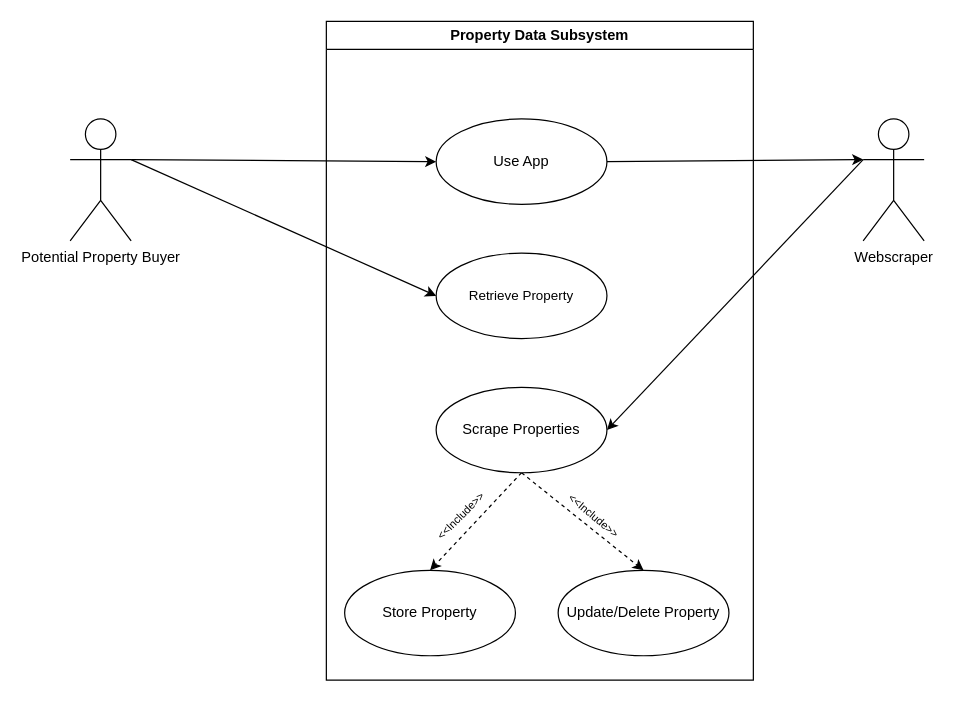
Before: diagrams/use-case diagrams/property-data-usecase.drawio in COS301-SE-2023/EstateMatch, a draw.io diagram. Source tidied: cells renumbered, new cells numbered last; positions are measured from the earlier drawing's top-left corner, leaving out a move shared by most shapes. Both pictures are drawn from the tidied source at 122%, with x=0, y=0 at pixel (70, 21).
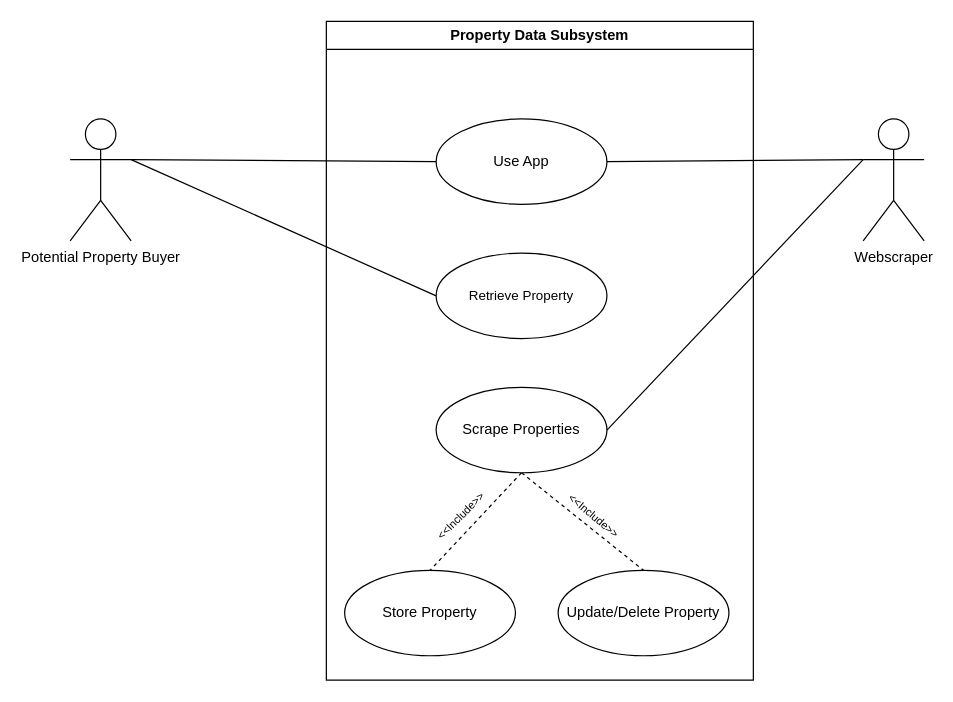
The same page after the edit.

Commit message:
📝 (diagram) Fixed property-data usecase

What changed in the source:
```diff
@@
 <mxGraphModel>
   <root>
     <mxCell id="0" />
     <mxCell id="1" parent="0" />
     <mxCell id="2" value="Property Data Subsystem" style="swimlane;whiteSpace=wrap;html=1;" parent="1" vertex="1">
       <mxGeometry x="210" width="350" height="540" as="geometry" />
     </mxCell>
-    <mxCell id="3" style="edgeStyle=none;html=1;exitX=0.5;exitY=1;exitDx=0;exitDy=0;entryX=0.5;entryY=0;entryDx=0;entryDy=0;dashed=1;" parent="2" edge="1" source="5" target="7">
+    <mxCell id="3" style="edgeStyle=none;html=1;exitX=0.5;exitY=1;exitDx=0;exitDy=0;entryX=0.5;entryY=0;entryDx=0;entryDy=0;dashed=1;endArrow=none;endFill=0;" parent="2" edge="1" source="5" target="7">
       <mxGeometry relative="1" as="geometry" />
     </mxCell>
-    <mxCell id="4" style="edgeStyle=none;html=1;exitX=0.5;exitY=1;exitDx=0;exitDy=0;entryX=0.5;entryY=0;entryDx=0;entryDy=0;fontSize=11;dashed=1;" parent="2" edge="1" source="5" target="10">
+    <mxCell id="4" style="edgeStyle=none;html=1;exitX=0.5;exitY=1;exitDx=0;exitDy=0;entryX=0.5;entryY=0;entryDx=0;entryDy=0;fontSize=11;dashed=1;endArrow=none;endFill=0;" parent="2" edge="1" source="5" target="10">
       <mxGeometry relative="1" as="geometry" />
     </mxCell>
     <mxCell id="5" value="Scrape Properties" style="ellipse;whiteSpace=wrap;html=1;" parent="2" vertex="1">
       <mxGeometry x="90" y="300" width="140" height="70" as="geometry" />
     </mxCell>
     <mxCell id="6" value="Use App" style="ellipse;whiteSpace=wrap;html=1;" parent="2" vertex="1">
       <mxGeometry x="90" y="80" width="140" height="70" as="geometry" />
     </mxCell>
     <mxCell id="7" value="Store Property" style="ellipse;whiteSpace=wrap;html=1;" parent="2" vertex="1">
       <mxGeometry x="15" y="450" width="140" height="70" as="geometry" />
     </mxCell>
     <mxCell id="8" value="&lt;font style=&quot;font-size: 9px;&quot;&gt;&amp;lt;&amp;lt;Include&amp;gt;&amp;gt;&lt;/font&gt;" style="text;html=1;strokeColor=none;fillColor=none;align=center;verticalAlign=middle;whiteSpace=wrap;rounded=0;fontSize=11;rotation=-45;" parent="2" vertex="1">
       <mxGeometry x="80" y="390" width="60" height="30" as="geometry" />
     </mxCell>
     <mxCell id="9" value="&lt;font style=&quot;font-size: 11px;&quot;&gt;Retrieve Property&lt;/font&gt;" style="ellipse;whiteSpace=wrap;html=1;fontSize=9;" parent="2" vertex="1">
       <mxGeometry x="90" y="190" width="140" height="70" as="geometry" />
     </mxCell>
     <mxCell id="10" value="Update/Delete Property" style="ellipse;whiteSpace=wrap;html=1;" parent="2" vertex="1">
       <mxGeometry x="190" y="450" width="140" height="70" as="geometry" />
     </mxCell>
     <mxCell id="11" value="&lt;font style=&quot;font-size: 9px;&quot;&gt;&amp;lt;&amp;lt;Include&amp;gt;&amp;gt;&lt;/font&gt;" style="text;html=1;strokeColor=none;fillColor=none;align=center;verticalAlign=middle;whiteSpace=wrap;rounded=0;fontSize=11;rotation=40;" parent="2" vertex="1">
       <mxGeometry x="190" y="390" width="60" height="30" as="geometry" />
     </mxCell>
-    <mxCell id="12" style="edgeStyle=none;html=1;exitX=1;exitY=0.3333333333333333;exitDx=0;exitDy=0;exitPerimeter=0;entryX=0;entryY=0.5;entryDx=0;entryDy=0;" parent="1" edge="1" source="14" target="6">
+    <mxCell id="12" style="edgeStyle=none;html=1;exitX=1;exitY=0.3333333333333333;exitDx=0;exitDy=0;exitPerimeter=0;entryX=0;entryY=0.5;entryDx=0;entryDy=0;endArrow=none;endFill=0;" parent="1" edge="1" source="14" target="6">
       <mxGeometry relative="1" as="geometry" />
     </mxCell>
-    <mxCell id="13" style="edgeStyle=none;html=1;exitX=1;exitY=0.3333333333333333;exitDx=0;exitDy=0;exitPerimeter=0;entryX=0;entryY=0.5;entryDx=0;entryDy=0;fontSize=11;" parent="1" edge="1" source="14" target="9">
+    <mxCell id="13" style="edgeStyle=none;html=1;exitX=1;exitY=0.3333333333333333;exitDx=0;exitDy=0;exitPerimeter=0;entryX=0;entryY=0.5;entryDx=0;entryDy=0;fontSize=11;endArrow=none;endFill=0;" parent="1" edge="1" source="14" target="9">
       <mxGeometry relative="1" as="geometry" />
     </mxCell>
     <mxCell id="14" value="Potential Property Buyer" style="shape=umlActor;verticalLabelPosition=bottom;verticalAlign=top;html=1;" parent="1" vertex="1">
       <mxGeometry y="80" width="50" height="100" as="geometry" />
     </mxCell>
-    <mxCell id="15" style="edgeStyle=none;html=1;exitX=0;exitY=0.3333333333333333;exitDx=0;exitDy=0;exitPerimeter=0;entryX=1;entryY=0.5;entryDx=0;entryDy=0;" parent="1" edge="1" source="16" target="5">
+    <mxCell id="15" style="edgeStyle=none;html=1;exitX=0;exitY=0.3333333333333333;exitDx=0;exitDy=0;exitPerimeter=0;entryX=1;entryY=0.5;entryDx=0;entryDy=0;endArrow=none;endFill=0;" parent="1" edge="1" source="16" target="5">
       <mxGeometry relative="1" as="geometry" />
     </mxCell>
     <mxCell id="16" value="Webscraper" style="shape=umlActor;verticalLabelPosition=bottom;verticalAlign=top;html=1;" parent="1" vertex="1">
       <mxGeometry x="650" y="80" width="50" height="100" as="geometry" />
     </mxCell>
-    <mxCell id="17" style="edgeStyle=none;html=1;exitX=1;exitY=0.5;exitDx=0;exitDy=0;entryX=0;entryY=0.3333333333333333;entryDx=0;entryDy=0;entryPerimeter=0;" parent="1" edge="1" source="6" target="16">
+    <mxCell id="17" style="edgeStyle=none;html=1;exitX=1;exitY=0.5;exitDx=0;exitDy=0;entryX=0;entryY=0.3333333333333333;entryDx=0;entryDy=0;entryPerimeter=0;endArrow=none;endFill=0;" parent="1" edge="1" source="6" target="16">
       <mxGeometry relative="1" as="geometry" />
     </mxCell>
   </root>
 </mxGraphModel>
```
